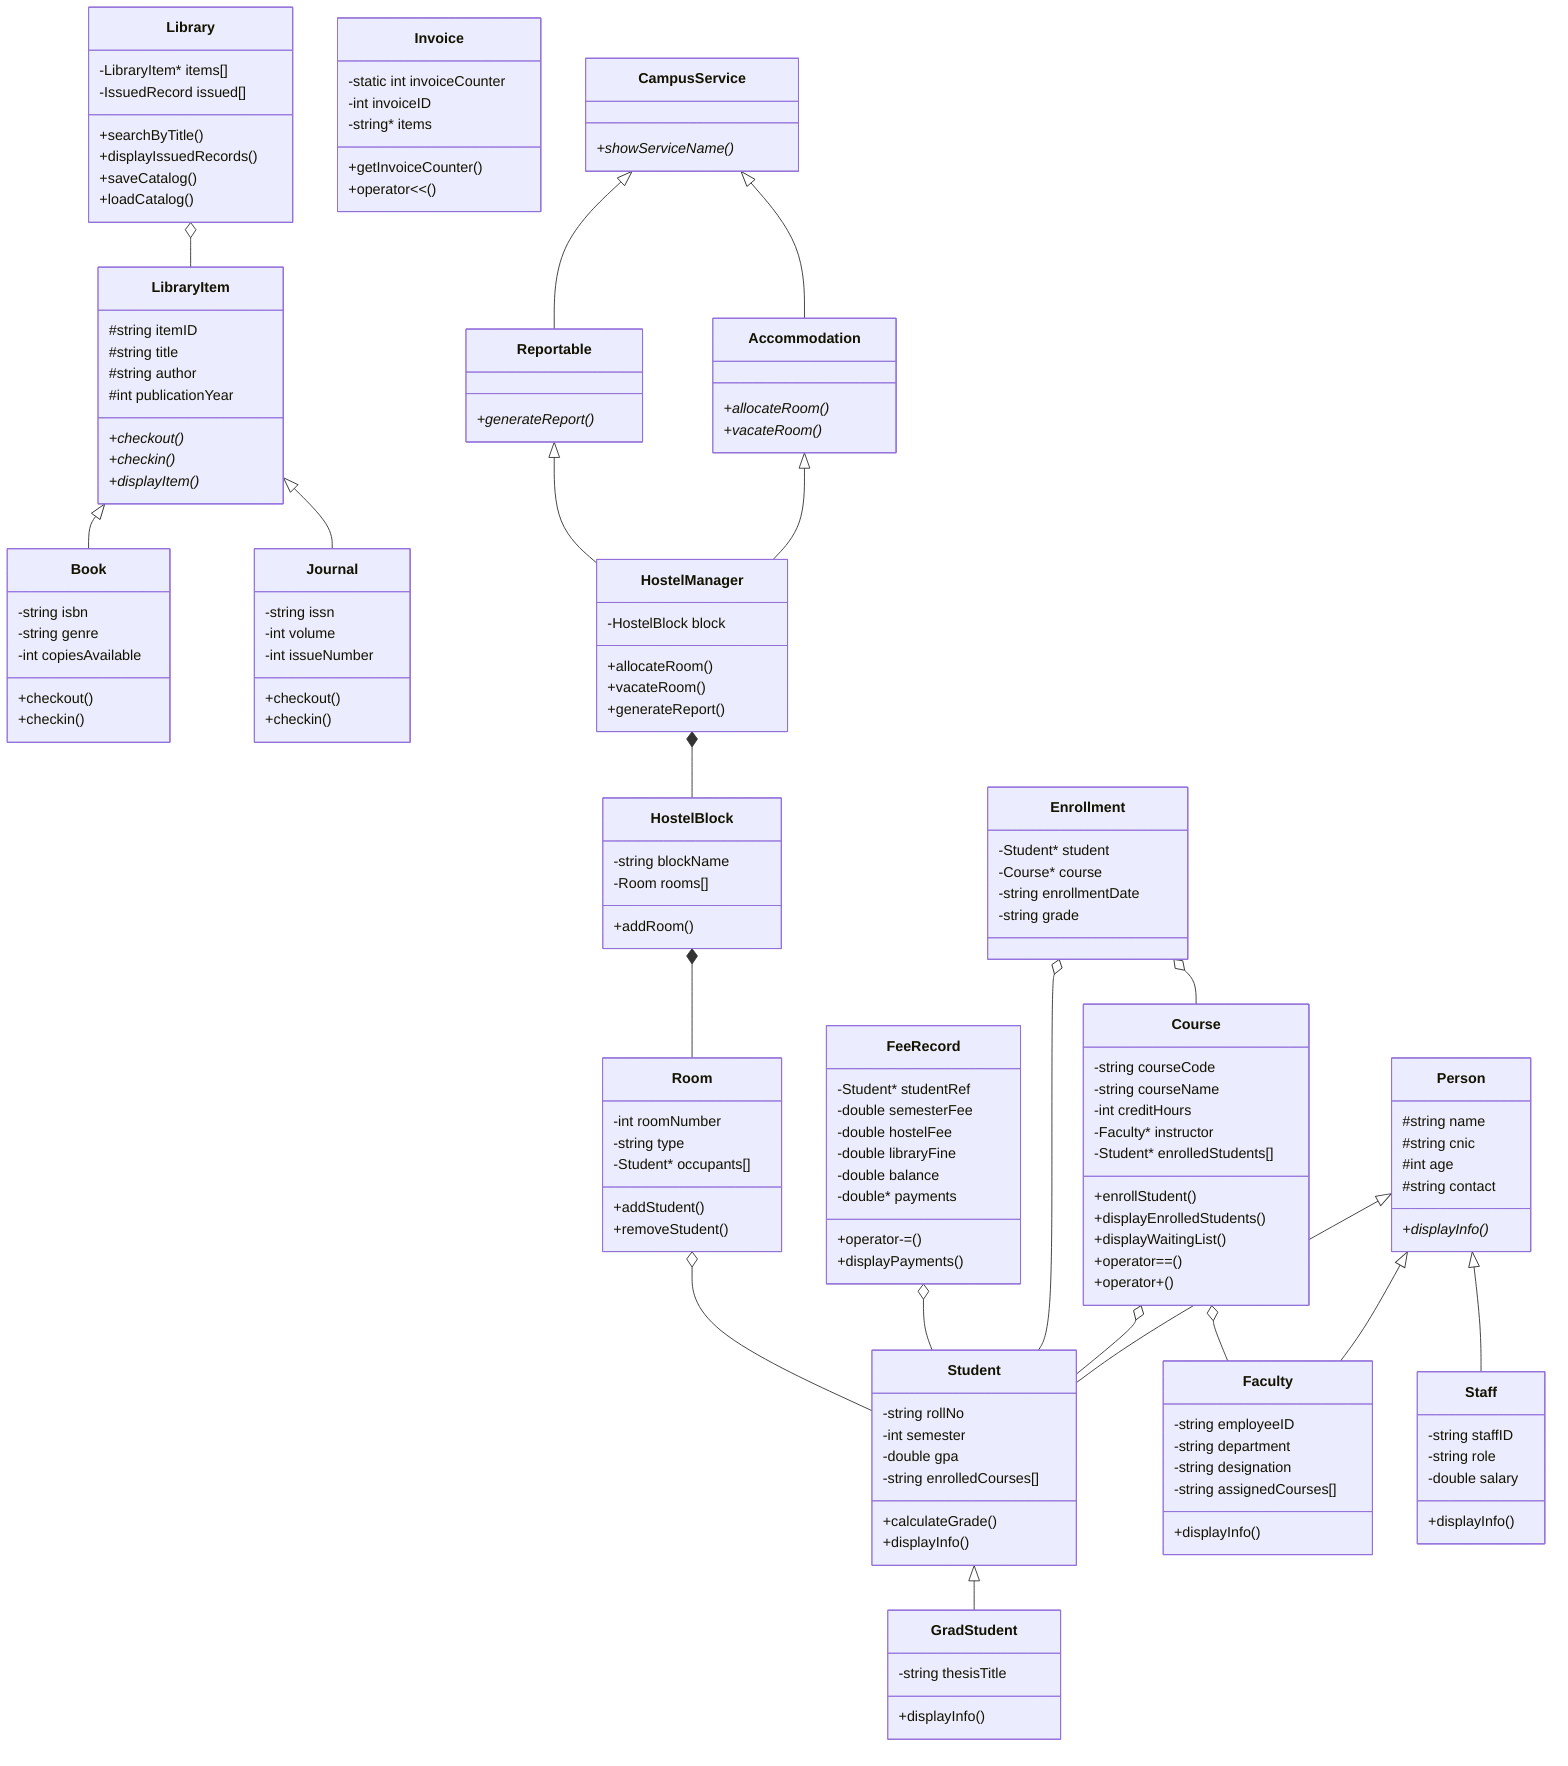
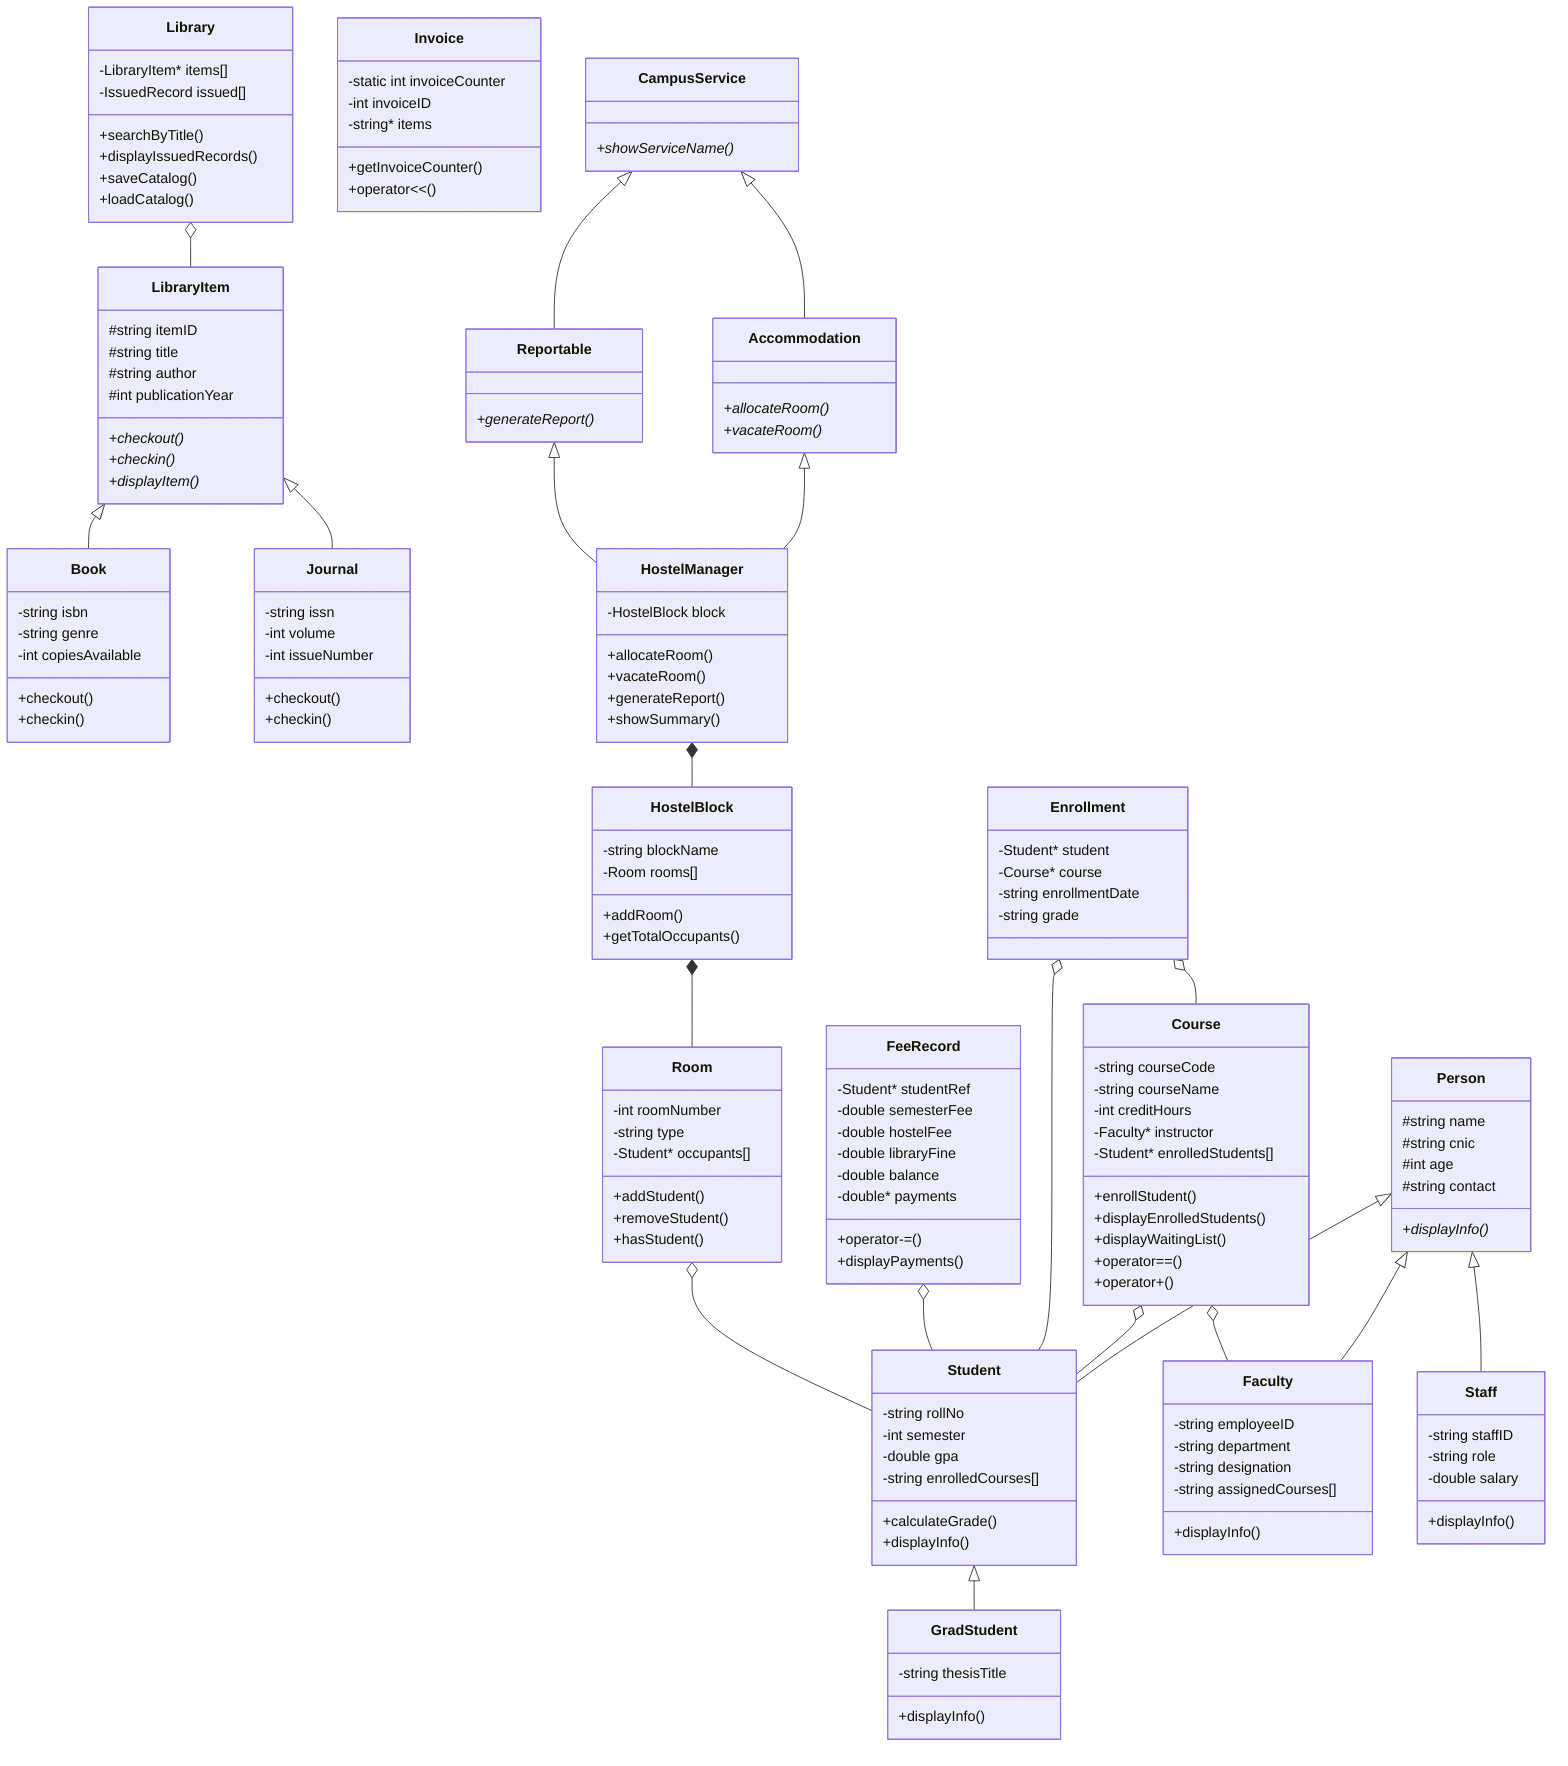
classDiagram
    class Person {
        #string name
        #string cnic
        #int age
        #string contact
        +displayInfo()*
    }

    class Student {
        -string rollNo
        -int semester
        -double gpa
        -string enrolledCourses[]
        +calculateGrade()
        +displayInfo()
    }

    class GradStudent {
        -string thesisTitle
        +displayInfo()
    }

    class Faculty {
        -string employeeID
        -string department
        -string designation
        -string assignedCourses[]
        +displayInfo()
    }

    class Staff {
        -string staffID
        -string role
        -double salary
        +displayInfo()
    }

    class Course {
        -string courseCode
        -string courseName
        -int creditHours
        -Faculty* instructor
        -Student* enrolledStudents[]
        +enrollStudent()
        +displayEnrolledStudents()
        +displayWaitingList()
        +operator==()
        +operator+()
    }

    class Enrollment {
        -Student* student
        -Course* course
        -string enrollmentDate
        -string grade
    }

    class LibraryItem {
        #string itemID
        #string title
        #string author
        #int publicationYear
        +checkout()*
        +checkin()*
        +displayItem()*
    }

    class Book {
        -string isbn
        -string genre
        -int copiesAvailable
        +checkout()
        +checkin()
    }

    class Journal {
        -string issn
        -int volume
        -int issueNumber
        +checkout()
        +checkin()
    }

    class Library {
        -LibraryItem* items[]
        -IssuedRecord issued[]
        +searchByTitle()
        +displayIssuedRecords()
        +saveCatalog()
        +loadCatalog()
    }

    class FeeRecord {
        -Student* studentRef
        -double semesterFee
        -double hostelFee
        -double libraryFine
        -double balance
        -double* payments
        +operator-=()
        +displayPayments()
    }

    class Invoice {
        -static int invoiceCounter
        -int invoiceID
        -string* items
        +getInvoiceCounter()
        +operator<<()
    }

    class CampusService {
        +showServiceName()*
    }

    class Accommodation {
        +allocateRoom()*
        +vacateRoom()*
    }

    class Reportable {
        +generateReport()*
    }

    class Room {
        -int roomNumber
        -string type
        -Student* occupants[]
        +addStudent()
        +removeStudent()
+         +hasStudent()
    }

    class HostelBlock {
        -string blockName
        -Room rooms[]
        +addRoom()
+         +getTotalOccupants()
    }

    class HostelManager {
        -HostelBlock block
        +allocateRoom()
        +vacateRoom()
        +generateReport()
+         +showSummary()
    }

    Person <|-- Student
    Student <|-- GradStudent
    Person <|-- Faculty
    Person <|-- Staff
    Course o-- Faculty
    Course o-- Student
    Enrollment o-- Student
    Enrollment o-- Course
    LibraryItem <|-- Book
    LibraryItem <|-- Journal
    Library o-- LibraryItem
    FeeRecord o-- Student
    CampusService <|-- Accommodation
    CampusService <|-- Reportable
    Accommodation <|-- HostelManager
    Reportable <|-- HostelManager
    HostelManager *-- HostelBlock
    HostelBlock *-- Room
    Room o-- Student
